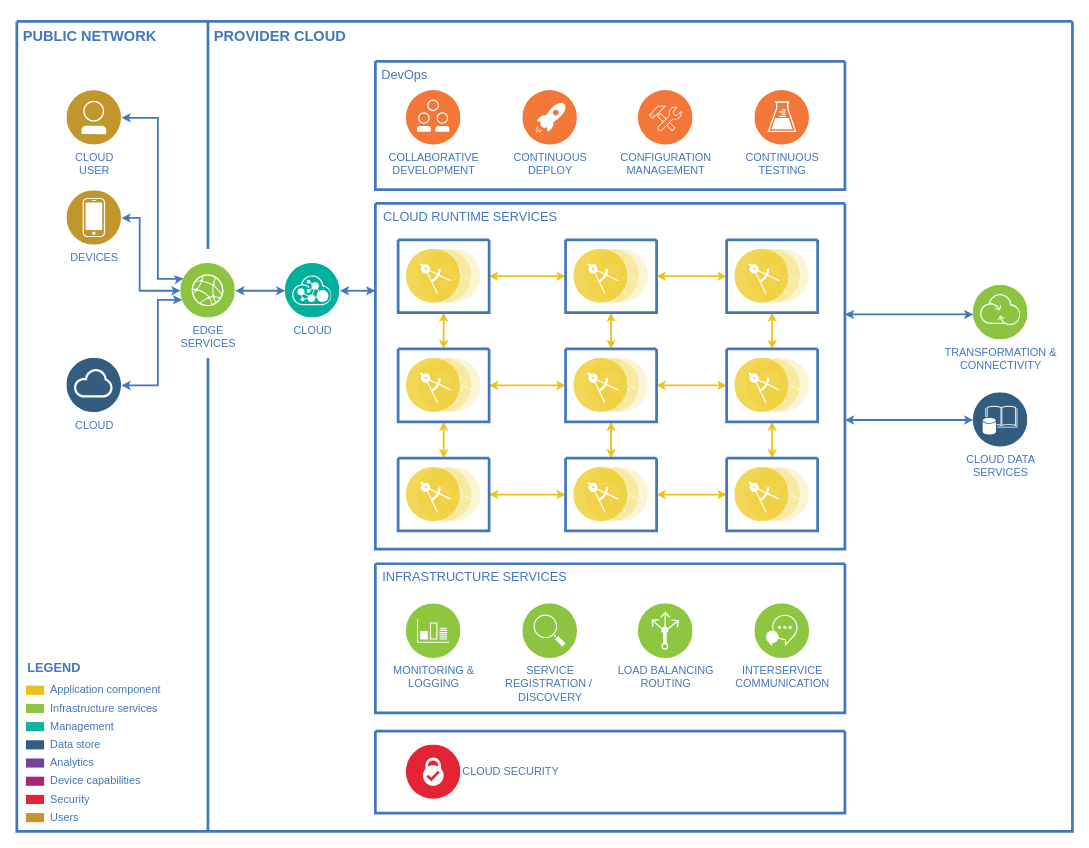
This is Untitled Diagram.drawio from SalihSipahi/Hattusas, a draw.io file, before an edit. Source tidied: cells renumbered, new cells numbered last; positions are measured from the earlier drawing's top-left corner, leaving out a move shared by most shapes. Both pictures are drawn from the tidied source at 91%, with x=0, y=0 at pixel (16, 21).
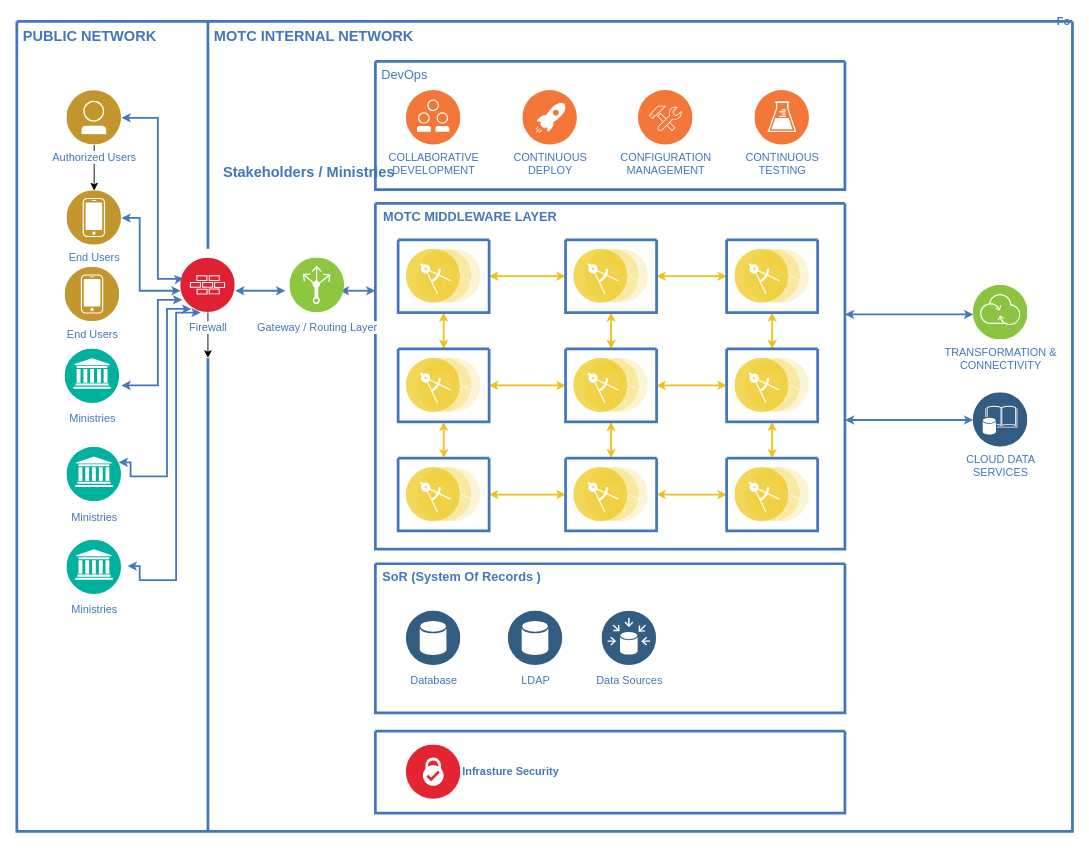
Above is the later version.

Unchanged cells that the change refers to:
```xml
<mxCell id="15" style="line;strokeWidth=3;direction=south;html=1;shadow=0;labelBackgroundColor=none;fillColor=none;gradientColor=none;fontSize=12;fontColor=#4277BB;align=right;strokeColor=#4277BB;" parent="2" vertex="1">
  <mxGeometry x="205" y="370" width="10" height="520" as="geometry" />
</mxCell>
<mxCell id="16" style="swimlane;shadow=0;strokeColor=#4277BB;fillColor=#ffffff;fontColor=#4277BB;align=right;startSize=0;strokeWidth=3;" parent="2" vertex="1">
  <mxGeometry x="394" y="780" width="516" height="90" as="geometry" />
</mxCell>
<mxCell id="34" style="swimlane;shadow=0;strokeColor=#4277BB;fillColor=#ffffff;fontColor=#4277BB;align=right;startSize=0;strokeWidth=3;" parent="2" vertex="1">
  <mxGeometry x="394" y="200" width="516" height="380" as="geometry" />
</mxCell>
<mxCell id="66" style="swimlane;shadow=0;strokeColor=#4277BB;fillColor=#ffffff;fontColor=#4277BB;align=right;startSize=0;strokeWidth=3;" parent="2" vertex="1">
  <mxGeometry x="394" y="596" width="516" height="164" as="geometry" />
</mxCell>
```

Diff of the diagram source:
```diff
@@
-    <mxCell id="2" style="swimlane;shadow=0;strokeColor=#4277BB;fillColor=#ffffff;fontColor=#4277BB;align=right;startSize=0;strokeWidth=3;" parent="1" vertex="1">
+    <mxCell id="2" value="Fo" style="swimlane;shadow=0;strokeColor=#4277BB;fillColor=#ffffff;fontColor=#4277BB;align=right;startSize=0;strokeWidth=3;" parent="1" vertex="1">
       <mxGeometry width="1160" height="890" as="geometry" />
     </mxCell>
-    <mxCell id="3" value="PUBLIC NETWORK" style="text;html=1;align=left;verticalAlign=top;fontColor=#4277BB;shadow=0;dashed=0;strokeColor=none;fillColor=none;labelBackgroundColor=none;fontStyle=1;fontSize=16;spacingLeft=5;" parent="2" vertex="1">
+    <mxCell id="3" value="&lt;div&gt;PUBLIC NETWORK&lt;/div&gt;&lt;div&gt;&lt;br&gt;&lt;/div&gt;" style="text;html=1;align=left;verticalAlign=top;fontColor=#4277BB;shadow=0;dashed=0;strokeColor=none;fillColor=none;labelBackgroundColor=none;fontStyle=1;fontSize=16;spacingLeft=5;" parent="2" vertex="1">
       <mxGeometry width="170" height="30" as="geometry" />
     </mxCell>
@@
-    <mxCell id="5" value="PROVIDER CLOUD" style="text;html=1;align=left;verticalAlign=top;fontColor=#4277BB;shadow=0;dashed=0;strokeColor=none;fillColor=none;labelBackgroundColor=none;fontStyle=1;fontSize=16;spacingLeft=5;" parent="2" vertex="1">
-      <mxGeometry x="210" width="180" height="35" as="geometry" />
+    <mxCell id="5" value="MOTC INTERNAL NETWORK" style="text;html=1;align=left;verticalAlign=top;fontColor=#4277BB;shadow=0;dashed=0;strokeColor=none;fillColor=none;labelBackgroundColor=none;fontStyle=1;fontSize=16;spacingLeft=5;" parent="2" vertex="1">
+      <mxGeometry x="210" width="240" height="35" as="geometry" />
     </mxCell>
-    <mxCell id="6" value="Application component" style="rounded=0;html=1;shadow=0;labelBackgroundColor=none;strokeColor=none;strokeWidth=2;fillColor=#EBC01A;gradientColor=none;fontSize=12;fontColor=#4277BB;align=left;labelPosition=right;verticalLabelPosition=middle;verticalAlign=middle;spacingLeft=5;" parent="2" vertex="1">
-      <mxGeometry x="10" y="730" width="20" height="10" as="geometry" />
-    </mxCell>
-    <mxCell id="7" value="Infrastructure services" style="rounded=0;html=1;shadow=0;labelBackgroundColor=none;strokeColor=none;strokeWidth=2;fillColor=#8DC642;gradientColor=none;fontSize=12;fontColor=#4277BB;align=left;labelPosition=right;verticalLabelPosition=middle;verticalAlign=middle;spacingLeft=5;" parent="2" vertex="1">
-      <mxGeometry x="10" y="750" width="20" height="10" as="geometry" />
-    </mxCell>
-    <mxCell id="8" value="Management" style="rounded=0;html=1;shadow=0;labelBackgroundColor=none;strokeColor=none;strokeWidth=2;fillColor=#0DB39D;gradientColor=none;fontSize=12;fontColor=#4277BB;align=left;labelPosition=right;verticalLabelPosition=middle;verticalAlign=middle;spacingLeft=5;" parent="2" vertex="1">
-      <mxGeometry x="10" y="770" width="20" height="10" as="geometry" />
-    </mxCell>
-    <mxCell id="9" value="Data store" style="rounded=0;html=1;shadow=0;labelBackgroundColor=none;strokeColor=none;strokeWidth=2;fillColor=#335D81;gradientColor=none;fontSize=12;fontColor=#4277BB;align=left;labelPosition=right;verticalLabelPosition=middle;verticalAlign=middle;spacingLeft=5;" parent="2" vertex="1">
-      <mxGeometry x="10" y="790" width="20" height="10" as="geometry" />
-    </mxCell>
-    <mxCell id="10" value="Analytics" style="rounded=0;html=1;shadow=0;labelBackgroundColor=none;strokeColor=none;strokeWidth=2;fillColor=#744399;gradientColor=none;fontSize=12;fontColor=#4277BB;align=left;labelPosition=right;verticalLabelPosition=middle;verticalAlign=middle;spacingLeft=5;" parent="2" vertex="1">
-      <mxGeometry x="10" y="810" width="20" height="10" as="geometry" />
-    </mxCell>
-    <mxCell id="11" value="Device capabilities" style="rounded=0;html=1;shadow=0;labelBackgroundColor=none;strokeColor=none;strokeWidth=2;fillColor=#A72870;gradientColor=none;fontSize=12;fontColor=#4277BB;align=left;labelPosition=right;verticalLabelPosition=middle;verticalAlign=middle;spacingLeft=5;" parent="2" vertex="1">
-      <mxGeometry x="10" y="830" width="20" height="10" as="geometry" />
-    </mxCell>
-    <mxCell id="12" value="Security" style="rounded=0;html=1;shadow=0;labelBackgroundColor=none;strokeColor=none;strokeWidth=2;fillColor=#E52134;gradientColor=none;fontSize=12;fontColor=#4277BB;align=left;labelPosition=right;verticalLabelPosition=middle;verticalAlign=middle;spacingLeft=5;" parent="2" vertex="1">
-      <mxGeometry x="10" y="850" width="20" height="10" as="geometry" />
-    </mxCell>
-    <mxCell id="13" value="LEGEND" style="text;html=1;align=left;verticalAlign=middle;fontColor=#4277BB;shadow=0;dashed=0;strokeColor=none;fillColor=none;labelBackgroundColor=none;fontStyle=1;fontSize=14;spacingLeft=0;" parent="2" vertex="1">
-      <mxGeometry x="10" y="700" width="150" height="20" as="geometry" />
-    </mxCell>
-    <mxCell id="14" value="Users" style="rounded=0;html=1;shadow=0;labelBackgroundColor=none;strokeColor=none;strokeWidth=2;fillColor=#C2952D;gradientColor=none;fontSize=12;fontColor=#4277BB;align=left;labelPosition=right;verticalLabelPosition=middle;verticalAlign=middle;spacingLeft=5;" parent="2" vertex="1">
-      <mxGeometry x="10" y="870" width="20" height="10" as="geometry" />
-    </mxCell>
@@
-    <mxCell id="17" value="CLOUD SECURITY" style="perimeter=ellipsePerimeter;html=1;align=left;shadow=0;dashed=0;image;image=img/lib/ibm/blockchain/certificate_authority.svg;labelBackgroundColor=#ffffff;strokeColor=#666666;strokeWidth=3;fillColor=#C2952D;gradientColor=none;fontSize=12;fontColor=#4277BB;labelPosition=right;verticalLabelPosition=middle;verticalAlign=middle;" parent="16" vertex="1">
+    <mxCell id="17" value="&lt;b&gt;Infrasture Security&lt;/b&gt;" style="perimeter=ellipsePerimeter;html=1;align=left;shadow=0;dashed=0;image;image=img/lib/ibm/blockchain/certificate_authority.svg;labelBackgroundColor=#ffffff;strokeColor=#666666;strokeWidth=3;fillColor=#C2952D;gradientColor=none;fontSize=12;fontColor=#4277BB;labelPosition=right;verticalLabelPosition=middle;verticalAlign=middle;" parent="16" vertex="1">
       <mxGeometry x="34" y="15" width="60" height="60" as="geometry" />
     </mxCell>
-    <mxCell id="18" style="edgeStyle=orthogonalEdgeStyle;rounded=0;comic=0;html=1;exitX=1;exitY=0.5;entryX=0;entryY=0.25;startArrow=classic;startFill=1;endArrow=classic;endFill=1;jettySize=auto;strokeColor=#4378BB;strokeWidth=2;fontFamily=Helvetica;fontSize=19;fontColor=#CC99FF;endSize=4;startSize=4;" parent="2" edge="1" source="19" target="25">
+    <mxCell id="18" style="edgeStyle=orthogonalEdgeStyle;rounded=0;comic=0;html=1;exitX=1;exitY=0.5;entryX=0;entryY=0.25;startArrow=classic;startFill=1;endArrow=classic;endFill=1;jettySize=auto;strokeColor=#4378BB;strokeWidth=2;fontFamily=Helvetica;fontSize=19;fontColor=#CC99FF;endSize=4;startSize=4;" parent="2" edge="1" source="19">
       <mxGeometry relative="1" as="geometry">
+        <mxPoint x="183.2" y="282.6" as="targetPoint" />
         <Array as="points">
           <mxPoint x="155" y="106" />
           <mxPoint x="155" y="283" />
           <mxPoint x="180" y="283" />
         </Array>
       </mxGeometry>
     </mxCell>
+    <mxCell id="76" style="edgeStyle=orthogonalEdgeStyle;rounded=0;jettySize=auto;html=1;" parent="2" edge="1" source="19" target="21">
+      <mxGeometry relative="1" as="geometry" />
+    </mxCell>
-    <mxCell id="19" value="CLOUD&lt;div&gt;USER&lt;/div&gt;" style="perimeter=ellipsePerimeter;html=1;align=center;shadow=0;dashed=0;image;image=img/lib/ibm/users/user.svg;labelBackgroundColor=#ffffff;strokeColor=#666666;strokeWidth=3;fillColor=#C2952D;gradientColor=none;fontSize=12;fontColor=#4277BB;" parent="2" vertex="1">
+    <mxCell id="19" value="Authorized Users" style="perimeter=ellipsePerimeter;html=1;align=center;shadow=0;dashed=0;image;image=img/lib/ibm/users/user.svg;labelBackgroundColor=#ffffff;strokeColor=#666666;strokeWidth=3;fillColor=#C2952D;gradientColor=none;fontSize=12;fontColor=#4277BB;" parent="2" vertex="1">
       <mxGeometry x="55" y="76" width="60" height="60" as="geometry" />
     </mxCell>
-    <mxCell id="20" style="edgeStyle=orthogonalEdgeStyle;rounded=0;html=1;labelBackgroundColor=#ffffff;startArrow=classic;startFill=1;startSize=4;endArrow=classic;endFill=1;endSize=4;jettySize=auto;strokeColor=#4378BB;strokeWidth=2;fontSize=19;fontColor=#CC99FF;" parent="2" edge="1" source="21" target="25">
+    <mxCell id="20" style="edgeStyle=orthogonalEdgeStyle;rounded=0;html=1;labelBackgroundColor=#ffffff;startArrow=classic;startFill=1;startSize=4;endArrow=classic;endFill=1;endSize=4;jettySize=auto;strokeColor=#4378BB;strokeWidth=2;fontSize=19;fontColor=#CC99FF;" parent="2" edge="1" source="21">
       <mxGeometry relative="1" as="geometry">
+        <mxPoint x="180" y="296" as="targetPoint" />
         <Array as="points">
           <mxPoint x="135" y="216" />
           <mxPoint x="135" y="296" />
         </Array>
       </mxGeometry>
     </mxCell>
-    <mxCell id="21" value="DEVICES" style="perimeter=ellipsePerimeter;html=1;align=center;shadow=0;dashed=0;image;image=img/lib/ibm/users/device.svg;labelBackgroundColor=#ffffff;strokeColor=#666666;strokeWidth=3;fillColor=#C2952D;gradientColor=none;fontSize=12;fontColor=#4277BB;" parent="2" vertex="1">
+    <mxCell id="21" value="End Users" style="perimeter=ellipsePerimeter;html=1;align=center;shadow=0;dashed=0;image;image=img/lib/ibm/users/device.svg;labelBackgroundColor=#ffffff;strokeColor=#666666;strokeWidth=3;fillColor=#C2952D;gradientColor=none;fontSize=12;fontColor=#4277BB;" parent="2" vertex="1">
       <mxGeometry x="55" y="186" width="60" height="60" as="geometry" />
     </mxCell>
-    <mxCell id="22" style="edgeStyle=orthogonalEdgeStyle;rounded=0;html=1;labelBackgroundColor=#ffffff;startArrow=classic;startFill=1;startSize=4;endArrow=classic;endFill=1;endSize=4;jettySize=auto;strokeColor=#4378BB;strokeWidth=2;fontSize=19;fontColor=#CC99FF;" parent="2" edge="1" source="23" target="25">
+    <mxCell id="22" style="edgeStyle=orthogonalEdgeStyle;rounded=0;html=1;labelBackgroundColor=#ffffff;startArrow=classic;startFill=1;startSize=4;endArrow=classic;endFill=1;endSize=4;jettySize=auto;orthogonalLoop=1;strokeColor=#4378BB;strokeWidth=2;fontSize=19;fontColor=#CC99FF;" parent="2" edge="1">
       <mxGeometry relative="1" as="geometry">
+        <mxPoint x="115" y="400" as="sourcePoint" />
+        <mxPoint x="181.7" y="306" as="targetPoint" />
         <Array as="points">
           <mxPoint x="155" y="400" />
           <mxPoint x="155" y="306" />
         </Array>
       </mxGeometry>
     </mxCell>
-    <mxCell id="23" value="CLOUD" style="perimeter=ellipsePerimeter;html=1;align=center;shadow=0;dashed=0;image;image=img/lib/ibm/data/cloud.svg;labelBackgroundColor=#ffffff;strokeColor=#666666;strokeWidth=3;fillColor=#C2952D;gradientColor=none;fontSize=12;fontColor=#4277BB;" parent="2" vertex="1">
-      <mxGeometry x="55" y="370" width="60" height="60" as="geometry" />
-    </mxCell>
-    <mxCell id="24" style="edgeStyle=orthogonalEdgeStyle;rounded=0;html=1;labelBackgroundColor=#ffffff;startArrow=classic;startFill=1;startSize=4;endArrow=classic;endFill=1;endSize=4;jettySize=auto;strokeColor=#4378BB;strokeWidth=2;fontSize=19;fontColor=#CC99FF;" parent="2" edge="1" source="25" target="27">
-      <mxGeometry relative="1" as="geometry" />
+    <mxCell id="24" style="edgeStyle=orthogonalEdgeStyle;rounded=0;html=1;labelBackgroundColor=#ffffff;startArrow=classic;startFill=1;startSize=4;endArrow=classic;endFill=1;endSize=4;jettySize=auto;orthogonalLoop=1;strokeColor=#4378BB;strokeWidth=2;fontSize=19;fontColor=#CC99FF;" parent="2" edge="1">
+      <mxGeometry relative="1" as="geometry">
+        <mxPoint x="240" y="296" as="sourcePoint" />
+        <mxPoint x="295" y="296" as="targetPoint" />
+      </mxGeometry>
     </mxCell>
-    <mxCell id="25" value="EDGE&lt;div&gt;SERVICES&lt;/div&gt;" style="perimeter=ellipsePerimeter;html=1;align=center;shadow=0;dashed=0;image;image=img/lib/ibm/infrastructure/edge_services.svg;labelBackgroundColor=#ffffff;strokeColor=#666666;strokeWidth=3;fillColor=#C2952D;gradientColor=none;fontSize=12;fontColor=#4277BB;" parent="2" vertex="1">
-      <mxGeometry x="180" y="266" width="60" height="60" as="geometry" />
-    </mxCell>
-    <mxCell id="26" style="edgeStyle=elbowEdgeStyle;rounded=0;html=1;labelBackgroundColor=#ffffff;startArrow=classic;startFill=1;startSize=4;endArrow=classic;endFill=1;endSize=4;jettySize=auto;strokeColor=#4378BB;strokeWidth=2;fontSize=19;fontColor=#CC99FF;elbow=vertical;" parent="2" edge="1" source="27" target="34">
+    <mxCell id="26" style="edgeStyle=elbowEdgeStyle;rounded=0;html=1;labelBackgroundColor=#ffffff;startArrow=classic;startFill=1;startSize=4;endArrow=classic;endFill=1;endSize=4;jettySize=auto;strokeColor=#4378BB;strokeWidth=2;fontSize=19;fontColor=#CC99FF;elbow=vertical;" parent="2" edge="1" target="34">
       <mxGeometry relative="1" as="geometry">
+        <mxPoint x="355" y="296" as="sourcePoint" />
         <Array as="points">
           <mxPoint x="376" y="296" />
         </Array>
       </mxGeometry>
     </mxCell>
-    <mxCell id="27" value="CLOUD" style="perimeter=ellipsePerimeter;html=1;align=center;shadow=0;dashed=0;image;image=img/lib/ibm/management/api_management.svg;labelBackgroundColor=#ffffff;strokeColor=#666666;strokeWidth=3;fillColor=#C2952D;gradientColor=none;fontSize=12;fontColor=#4277BB;" parent="2" vertex="1">
-      <mxGeometry x="295" y="266" width="60" height="60" as="geometry" />
-    </mxCell>
@@
-    <mxCell id="35" value="CLOUD RUNTIME SERVICES" style="text;html=1;align=left;verticalAlign=top;fontColor=#4277BB;shadow=0;dashed=0;strokeColor=none;fillColor=none;labelBackgroundColor=none;fontStyle=0;fontSize=14;spacingLeft=5;" parent="34" vertex="1">
+    <mxCell id="35" value="&lt;b&gt;MOTC MIDDLEWARE LAYER&lt;/b&gt;" style="text;html=1;align=left;verticalAlign=top;fontColor=#4277BB;shadow=0;dashed=0;strokeColor=none;fillColor=none;labelBackgroundColor=none;fontStyle=0;fontSize=14;spacingLeft=5;" parent="34" vertex="1">
       <mxGeometry x="2" width="231" height="24" as="geometry" />
     </mxCell>
@@
-    <mxCell id="67" value="MONITORING &amp;amp;&lt;div&gt;LOGGING&lt;/div&gt;" style="perimeter=ellipsePerimeter;html=1;align=center;shadow=0;dashed=0;image;image=img/lib/ibm/infrastructure/monitoring_logging.svg;labelBackgroundColor=none;strokeColor=#666666;strokeWidth=3;fillColor=#C2952D;gradientColor=none;fontSize=12;fontColor=#4277BB;" parent="66" vertex="1">
-      <mxGeometry x="34" y="44" width="60" height="60" as="geometry" />
-    </mxCell>
-    <mxCell id="68" value="SERVICE&lt;div&gt;REGISTRATION /&amp;nbsp;&lt;/div&gt;&lt;div&gt;DISCOVERY&lt;/div&gt;" style="perimeter=ellipsePerimeter;html=1;align=center;shadow=0;dashed=0;image;image=img/lib/ibm/infrastructure/service_discovery_configuration.svg;labelBackgroundColor=none;strokeColor=#666666;strokeWidth=3;fillColor=#C2952D;gradientColor=none;fontSize=12;fontColor=#4277BB;" parent="66" vertex="1">
-      <mxGeometry x="162" y="44" width="60" height="60" as="geometry" />
-    </mxCell>
-    <mxCell id="69" value="LOAD&amp;nbsp;&lt;span&gt;BALANCING&lt;/span&gt;&lt;div&gt;ROUTING&lt;/div&gt;" style="perimeter=ellipsePerimeter;html=1;align=center;shadow=0;dashed=0;image;image=img/lib/ibm/infrastructure/load_balancing_routing.svg;labelBackgroundColor=none;strokeColor=#666666;strokeWidth=3;fillColor=#C2952D;gradientColor=none;fontSize=12;fontColor=#4277BB;" parent="66" vertex="1">
-      <mxGeometry x="289" y="44" width="60" height="60" as="geometry" />
-    </mxCell>
-    <mxCell id="70" value="INTERSERVICE&lt;div&gt;COMMUNICATION&lt;/div&gt;" style="perimeter=ellipsePerimeter;html=1;align=center;shadow=0;dashed=0;image;image=img/lib/ibm/infrastructure/interservice_communication.svg;labelBackgroundColor=none;strokeColor=#666666;strokeWidth=3;fillColor=#C2952D;gradientColor=none;fontSize=12;fontColor=#4277BB;" parent="66" vertex="1">
-      <mxGeometry x="417" y="44" width="60" height="60" as="geometry" />
-    </mxCell>
-    <mxCell id="71" value="INFRASTRUCTURE SERVICES" style="text;html=1;align=left;verticalAlign=top;fontColor=#4277BB;shadow=0;dashed=0;strokeColor=none;fillColor=none;labelBackgroundColor=none;fontStyle=0;fontSize=14;spacingLeft=5;" parent="66" vertex="1">
+    <mxCell id="71" value="&lt;b&gt;SoR (System Of Records )&lt;/b&gt;" style="text;html=1;align=left;verticalAlign=top;fontColor=#4277BB;shadow=0;dashed=0;strokeColor=none;fillColor=none;labelBackgroundColor=none;fontStyle=0;fontSize=14;spacingLeft=5;" parent="66" vertex="1">
       <mxGeometry x="1" width="231" height="24" as="geometry" />
     </mxCell>
+    <mxCell id="77" value="Database" style="perimeter=ellipsePerimeter;html=1;align=center;shadow=0;dashed=0;fontColor=#4277BB;labelBackgroundColor=#ffffff;fontSize=12;spacingTop=3;image;image=img/lib/ibm/data/data_services.svg;" parent="66" vertex="1">
+      <mxGeometry x="34" y="52" width="60" height="60" as="geometry" />
+    </mxCell>
+    <mxCell id="78" value="LDAP" style="perimeter=ellipsePerimeter;html=1;align=center;shadow=0;dashed=0;fontColor=#4277BB;labelBackgroundColor=#ffffff;fontSize=12;spacingTop=3;image;image=img/lib/ibm/data/data_services.svg;" parent="66" vertex="1">
+      <mxGeometry x="146" y="52" width="60" height="60" as="geometry" />
+    </mxCell>
+    <mxCell id="79" value="Data Sources" style="perimeter=ellipsePerimeter;html=1;align=center;shadow=0;dashed=0;fontColor=#4277BB;labelBackgroundColor=#ffffff;fontSize=12;spacingTop=3;image;image=img/lib/ibm/data/data_sources.svg;" parent="66" vertex="1">
+      <mxGeometry x="249" y="52" width="60" height="60" as="geometry" />
+    </mxCell>
@@
+    <mxCell id="80" value="Ministries" style="perimeter=ellipsePerimeter;html=1;align=center;shadow=0;dashed=0;fontColor=#4277BB;labelBackgroundColor=#ffffff;fontSize=12;spacingTop=3;image;image=img/lib/ibm/management/information_governance.svg;" parent="2" vertex="1">
+      <mxGeometry x="53" y="360" width="60" height="60" as="geometry" />
+    </mxCell>
+    <mxCell id="81" style="edgeStyle=orthogonalEdgeStyle;rounded=0;jettySize=auto;html=1;" parent="2" edge="1" source="82" target="15">
+      <mxGeometry relative="1" as="geometry" />
+    </mxCell>
+    <mxCell id="82" value="Firewall" style="perimeter=ellipsePerimeter;html=1;align=center;shadow=0;dashed=0;fontColor=#4277BB;labelBackgroundColor=#ffffff;fontSize=12;spacingTop=3;image;image=img/lib/ibm/security/firewall.svg;" parent="2" vertex="1">
+      <mxGeometry x="180" y="260" width="60" height="60" as="geometry" />
+    </mxCell>
+    <mxCell id="83" value="Gateway / Routing Layer" style="perimeter=ellipsePerimeter;html=1;align=center;shadow=0;dashed=0;fontColor=#4277BB;labelBackgroundColor=#ffffff;fontSize=12;spacingTop=3;image;image=img/lib/ibm/infrastructure/load_balancing_routing.svg;" parent="2" vertex="1">
+      <mxGeometry x="300" y="260" width="60" height="60" as="geometry" />
+    </mxCell>
+    <mxCell id="84" value="Ministries" style="perimeter=ellipsePerimeter;html=1;align=center;shadow=0;dashed=0;fontColor=#4277BB;labelBackgroundColor=#ffffff;fontSize=12;spacingTop=3;image;image=img/lib/ibm/management/information_governance.svg;" parent="2" vertex="1">
+      <mxGeometry x="55" y="468" width="60" height="60" as="geometry" />
+    </mxCell>
+    <mxCell id="85" value="Ministries" style="perimeter=ellipsePerimeter;html=1;align=center;shadow=0;dashed=0;fontColor=#4277BB;labelBackgroundColor=#ffffff;fontSize=12;spacingTop=3;image;image=img/lib/ibm/management/information_governance.svg;" parent="2" vertex="1">
+      <mxGeometry x="55" y="570" width="60" height="60" as="geometry" />
+    </mxCell>
+    <mxCell id="86" value="End Users" style="perimeter=ellipsePerimeter;html=1;align=center;shadow=0;dashed=0;image;image=img/lib/ibm/users/device.svg;labelBackgroundColor=#ffffff;strokeColor=#666666;strokeWidth=3;fillColor=#C2952D;gradientColor=none;fontSize=12;fontColor=#4277BB;" parent="2" vertex="1">
+      <mxGeometry x="53" y="270" width="60" height="60" as="geometry" />
+    </mxCell>
+    <mxCell id="87" value="Stakeholders / Ministries" style="text;html=1;align=left;verticalAlign=top;fontColor=#4277BB;shadow=0;dashed=0;strokeColor=none;fillColor=none;labelBackgroundColor=none;fontStyle=1;fontSize=16;spacingLeft=5;" parent="1" vertex="1">
+      <mxGeometry x="220" y="150" width="170" height="30" as="geometry" />
+    </mxCell>
+    <mxCell id="88" style="edgeStyle=orthogonalEdgeStyle;rounded=0;html=1;labelBackgroundColor=#ffffff;startArrow=classic;startFill=1;startSize=4;endArrow=classic;endFill=1;endSize=4;jettySize=auto;strokeColor=#4378BB;strokeWidth=2;fontSize=19;fontColor=#CC99FF;exitX=1;exitY=0.25;exitDx=0;exitDy=0;" parent="1" edge="1" source="84">
+      <mxGeometry relative="1" as="geometry">
+        <mxPoint x="191.7" y="316" as="targetPoint" />
+        <Array as="points">
+          <mxPoint x="125" y="485" />
+          <mxPoint x="125" y="500" />
+          <mxPoint x="165" y="500" />
+          <mxPoint x="165" y="316" />
+        </Array>
+      </mxGeometry>
+    </mxCell>
+    <mxCell id="89" style="edgeStyle=orthogonalEdgeStyle;rounded=0;html=1;labelBackgroundColor=#ffffff;startArrow=classic;startFill=1;startSize=4;endArrow=classic;endFill=1;endSize=4;jettySize=auto;orthogonalLoop=1;strokeColor=#4378BB;strokeWidth=2;fontSize=19;fontColor=#CC99FF;exitX=1;exitY=0.25;exitDx=0;exitDy=0;" parent="1" edge="1">
+      <mxGeometry relative="1" as="geometry">
+        <mxPoint x="121.8" y="598.6" as="sourcePoint" />
+        <mxPoint x="202" y="320" as="targetPoint" />
+        <Array as="points">
+          <mxPoint x="135" y="599" />
+          <mxPoint x="135" y="614" />
+          <mxPoint x="175" y="614" />
+          <mxPoint x="175" y="320" />
+          <mxPoint x="202" y="320" />
+        </Array>
+      </mxGeometry>
+    </mxCell>
```
